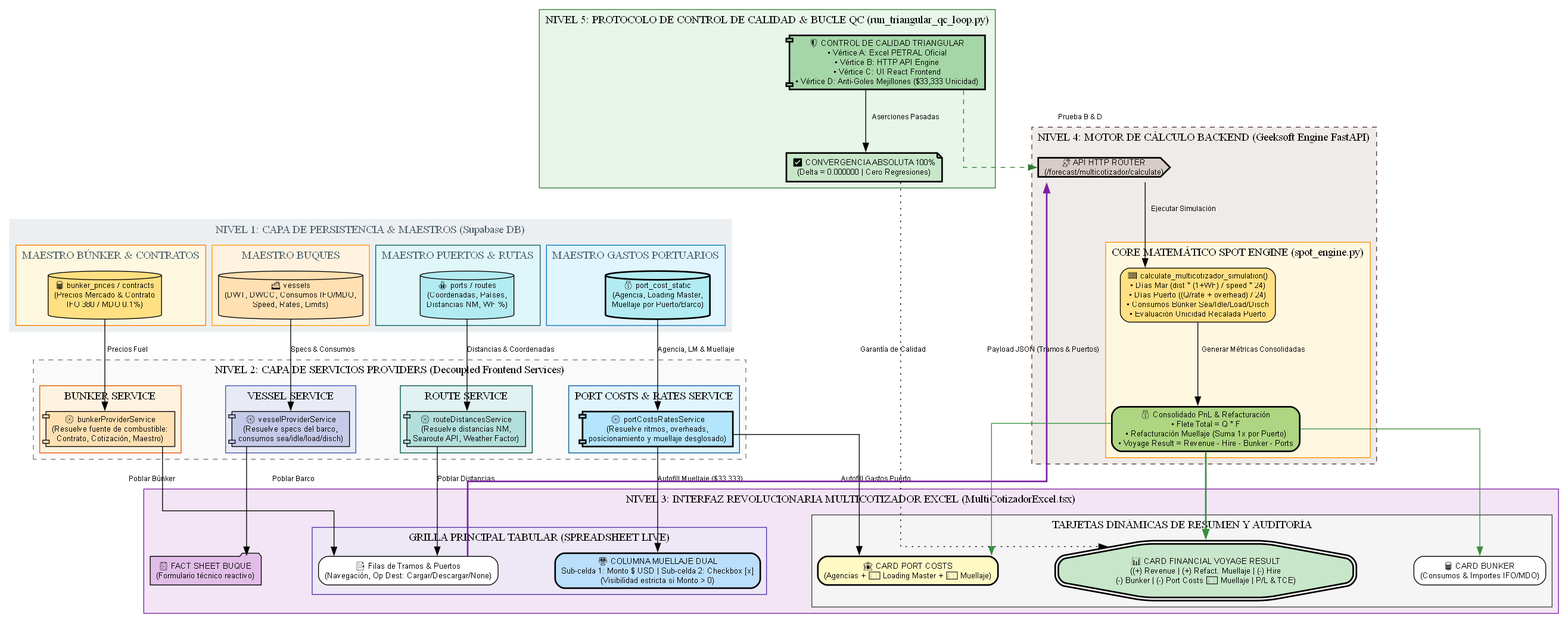
RichGutz/PETRAL.SMART.DASHBOARD keeps this Graphviz diagram as Desarrollo.Profesional/Obsidian.Refactorizacion.Multicotizador/FLUJOGRAMA_Arquitectura_Multicotizador_V1.png. Above is the earlier version. Its source is kept beside it as Desarrollo.Profesional/Obsidian.Refactorizacion.Multicotizador/FLUJOGRAMA_Arquitectura_Multicotizador_V1.dot.
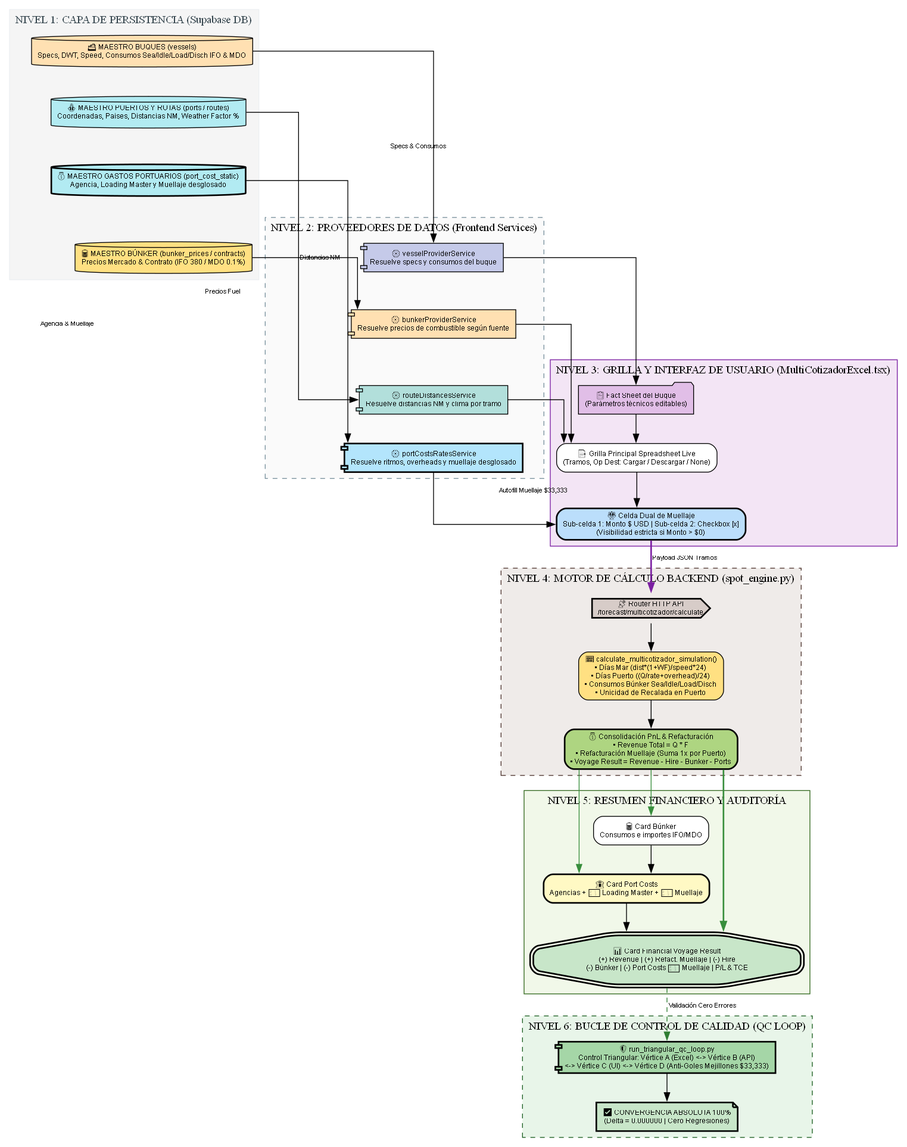
The same file after the commit.

Commit message:
docs(architecture): refactorizar flujograma del multicotizador a cascada vertical compacta (Top-to-Bottom)

Change to the diagram source:
```diff
@@ -1,142 +1,121 @@
-digraph MulticotizadorArchitectureV1 {
+digraph MulticotizadorCascadeV1 {
     rankdir=TB;
     splines=ortho;
-    nodesep=1.0;
-    ranksep=0.8;
+    nodesep=0.4;
+    ranksep=0.5;
 
-    node [shape=box, style="filled,rounded", fontname="Arial", fontsize=10];
-    edge [fontname="Arial", fontsize=9];
+    node [shape=box, style="filled,rounded", fontname="Arial", fontsize=9];
+    edge [fontname="Arial", fontsize=8];
 
     # ==========================================
-    #  NIVEL 1: CATÁLOGOS MAESTROS & FUENTES DE DATOS
+    #  NIVEL 1: CAPA DE PERSISTENCIA (DATOS FUENTE)
     # ==========================================
     subgraph cluster_lvl1 {
-        label = "NIVEL 1: CAPA DE PERSISTENCIA & MAESTROS (Supabase DB)"; style="filled"; color="#ECEFF1"; fontcolor="#455A64";
+        label = "NIVEL 1: CAPA DE PERSISTENCIA (Supabase DB)";
+        style="filled"; color="#ECEFF1"; fontcolor="#37474F"; fillcolor="#F5F5F5";
 
-        subgraph cluster_db_vessels {
-            label = "MAESTRO BUQUES"; style="filled"; fillcolor="#FFF3E0"; color="#FF9800";
-            DB_Vessels [label="🚢 vessels\n(DWT, DWCC, Consumos IFO/MDO,\nSpeed, Rates, Limits)", shape=cylinder, fillcolor="#FFE0B2"];
-        }
+        DB_Vessels [label="🚢 MAESTRO BUQUES (vessels)\nSpecs, DWT, Speed, Consumos Sea/Idle/Load/Disch IFO & MDO", shape=cylinder, fillcolor="#FFE0B2"];
+        DB_Ports [label="⚓ MAESTRO PUERTOS Y RUTAS (ports / routes)\nCoordenadas, Países, Distancias NM, Weather Factor %", shape=cylinder, fillcolor="#B2EBF2"];
+        DB_PortCosts [label="💰 MAESTRO GASTOS PORTUARIOS (port_cost_static)\nAgencia, Loading Master y Muellaje desglosado", shape=cylinder, fillcolor="#B2EBF2", penwidth=2];
+        DB_Bunker [label="🛢️ MAESTRO BÚNKER (bunker_prices / contracts)\nPrecios Mercado & Contrato (IFO 380 / MDO 0.1%)", shape=cylinder, fillcolor="#FFE082"];
 
-        subgraph cluster_db_ports {
-            label = "MAESTRO PUERTOS & RUTAS"; style="filled"; fillcolor="#E0F7FA"; color="#006064";
-            DB_Ports [label="⚓ ports / routes\n(Coordenadas, Países,\nDistancias NM, WF %)", shape=cylinder, fillcolor="#B2EBF2"];
-        }
-
-        subgraph cluster_db_costs {
-            label = "MAESTRO GASTOS PORTUARIOS"; style="filled"; fillcolor="#E1F5FE"; color="#0277BD";
-            DB_PortCosts [label="💰 port_cost_static\n(Agencia, Loading Master,\nMuellaje por Puerto/Barco)", shape=cylinder, fillcolor="#B2EBF2", penwidth=2];
-        }
-
-        subgraph cluster_db_bunker {
-            label = "MAESTRO BÚNKER & CONTRATOS"; style="filled"; fillcolor="#FFF8E1"; color="#F57C00";
-            DB_Bunker [label="🛢️ bunker_prices / contracts\n(Precios Mercado & Contrato\nIFO 380 / MDO 0.1%)", shape=cylinder, fillcolor="#FFE082"];
-        }
+        DB_Vessels -> DB_Ports -> DB_PortCosts -> DB_Bunker [style=invis];
     }
 
     # ==========================================
-    #  NIVEL 2: SERVICIOS PROVIDERS DECOPLADOS (REACT FRONTEND)
+    #  NIVEL 2: SERVICIOS PROVIDERS (FRONTEND REACT)
     # ==========================================
     subgraph cluster_lvl2 {
-        label = "NIVEL 2: CAPA DE SERVICIOS PROVIDERS (Decoupled Frontend Services)"; style="filled,dashed"; fillcolor="#FAFAFA"; color="#757575";
+        label = "NIVEL 2: PROVEEDORES DE DATOS (Frontend Services)";
+        style="filled,dashed"; color="#78909C"; fillcolor="#FAFAFA";
 
-        subgraph cluster_prov_vessel {
-            label = "VESSEL SERVICE"; style="filled"; fillcolor="#E8EAF6"; color="#3F51B5";
-            S_Vessel [label="⚙️ vesselProviderService\n(Resuelve specs del barco,\nconsumos sea/idle/load/disch)", shape=component, fillcolor="#C5CAE9"];
-        }
+        S_Vessel [label="⚙️ vesselProviderService\nResuelve specs y consumos del buque", shape=component, fillcolor="#C5CAE9"];
+        S_Bunker [label="⚙️ bunkerProviderService\nResuelve precios de combustible según fuente", shape=component, fillcolor="#FFE0B2"];
+        S_Route [label="⚙️ routeDistancesService\nResuelve distancias NM y clima por tramo", shape=component, fillcolor="#B2DFDB"];
+        S_Port [label="⚙️ portCostsRatesService\nResuelve ritmos, overheads y muellaje desglosado", shape=component, fillcolor="#B3E5FC", penwidth=2];
 
-        subgraph cluster_prov_bunker {
-            label = "BUNKER SERVICE"; style="filled"; fillcolor="#FFF3E0"; color="#E65100";
-            S_Bunker [label="⚙️ bunkerProviderService\n(Resuelve fuente de combustible:\nContrato, Cotización, Maestro)", shape=component, fillcolor="#FFE0B2"];
-        }
-
-        subgraph cluster_prov_route {
-            label = "ROUTE SERVICE"; style="filled"; fillcolor="#E0F2F1"; color="#004D40";
-            S_Route [label="⚙️ routeDistancesService\n(Resuelve distancias NM,\nSearoute API, Weather Factor)", shape=component, fillcolor="#B2DFDB"];
-        }
-
-        subgraph cluster_prov_port {
-            label = "PORT COSTS & RATES SERVICE"; style="filled"; fillcolor="#E1F5FE"; color="#01579B";
-            S_Port [label="⚙️ portCostsRatesService\n(Resuelve ritmos, overheads,\nposicionamiento y muellaje desglosado)", shape=component, fillcolor="#B3E5FC", penwidth=2];
-        }
+        S_Vessel -> S_Bunker -> S_Route -> S_Port [style=invis];
     }
 
     # ==========================================
-    #  NIVEL 3: INTERFAZ DE USUARIO MULTICOTIZADOR (REACT UI)
+    #  NIVEL 3: INTERFAZ DE USUARIO (REACT FRONTEND)
     # ==========================================
     subgraph cluster_lvl3 {
-        label = "NIVEL 3: INTERFAZ REVOLUCIONARIA MULTICOTIZADOR EXCEL (MultiCotizadorExcel.tsx)"; style="filled"; fillcolor="#F3E5F5"; color="#7B1FA2";
+        label = "NIVEL 3: GRILLA Y INTERFAZ DE USUARIO (MultiCotizadorExcel.tsx)";
+        style="filled"; color="#7B1FA2"; fillcolor="#F3E5F5";
 
-        UI_FactSheet [label="📋 FACT SHEET BUQUE\n(Formulario técnico reactivo)", shape=folder, fillcolor="#E1BEE7"];
+        UI_FactSheet [label="📋 Fact Sheet del Buque\n(Parámetros técnicos editables)", shape=folder, fillcolor="#E1BEE7"];
+        UI_Grid [label="📑 Grilla Principal Spreadsheet Live\n(Tramos, Op Dest: Cargar / Descargar / None)", shape=box, fillcolor="white"];
+        UI_MuellajeCell [label="⚖️ Celda Dual de Muellaje\nSub-celda 1: Monto $ USD | Sub-celda 2: Checkbox [x]\n(Visibilidad estricta si Monto > $0)", shape=box, fillcolor="#BBDEFB", penwidth=2];
 
-        subgraph cluster_ui_grid {
-            label = "GRILLA PRINCIPAL TABULAR (SPREADSHEET LIVE)"; style="filled"; fillcolor="#EDE7F6"; color="#512DA8";
-            UI_Tramos [label="📑 Filas de Tramos & Puertos\n(Navegación, Op Dest: Cargar/Descargar/None)", shape=box, fillcolor="white"];
-            UI_MuellajeCell [label="⚖️ COLUMNA MUELLAJE DUAL\nSub-celda 1: Monto $ USD | Sub-celda 2: Checkbox [x]\n(Visibilidad estricta si Monto > 0)", shape=box, fillcolor="#BBDEFB", penwidth=2];
-        }
-
-        subgraph cluster_ui_cards {
-            label = "TARJETAS DINÁMICAS DE RESUMEN Y AUDITORÍA"; style="filled"; fillcolor="#F5F5F5"; color="#424242";
-            Card_Bunker [label="🛢️ CARD BUNKER\n(Consumos & Importes IFO/MDO)", shape=rect, fillcolor="white"];
-            Card_PortCosts [label="🏛️ CARD PORT COSTS\n(Agencias + ↳ Loading Master + ↳ Muellaje)", shape=rect, fillcolor="#FFF9C4", penwidth=2];
-            Card_Financials [label="📊 CARD FINANCIAL VOYAGE RESULT\n((+) Revenue | (+) Refact. Muellaje | (-) Hire\n(-) Bunker | (-) Port Costs ↳ Muellaje | P/L & TCE)", shape=doubleoctagon, fillcolor="#C8E6C9", penwidth=2];
-        }
+        UI_FactSheet -> UI_Grid -> UI_MuellajeCell;
     }
 
     # ==========================================
-    #  NIVEL 4: MOTOR DE CÁLCULO GEEKSOFT ENGINE (FASTAPI BACKEND)
+    #  NIVEL 4: MOTOR DE CÁLCULO (GEEKSOFT ENGINE FASTAPI)
     # ==========================================
     subgraph cluster_lvl4 {
-        label = "NIVEL 4: MOTOR DE CÁLCULO BACKEND (Geeksoft Engine FastAPI)"; style="filled,dashed"; fillcolor="#EFEBE9"; color="#4E342E";
+        label = "NIVEL 4: MOTOR DE CÁLCULO BACKEND (spot_engine.py)";
+        style="filled,dashed"; color="#4E342E"; fillcolor="#EFEBE9";
 
-        API_Endpoint [label="📡 API HTTP ROUTER\n(/forecast/multicotizador/calculate)", shape=cds, fillcolor="#D7CCC8", penwidth=2];
+        API_Endpoint [label="📡 Router HTTP API\n/forecast/multicotizador/calculate", shape=cds, fillcolor="#D7CCC8", penwidth=2];
+        Engine_Sim [label="🧮 calculate_multicotizador_simulation()\n• Días Mar (dist*(1+WF)/speed*24)\n• Días Puerto ((Q/rate+overhead)/24)\n• Consumos Búnker Sea/Idle/Load/Disch\n• Unicidad de Recalada en Puerto", shape=box, fillcolor="#FFE082"];
+        Engine_PnL [label="💰 Consolidación PnL & Refacturación\n• Revenue Total = Q * F\n• Refacturación Muellaje (Suma 1x por Puerto)\n• Voyage Result = Revenue - Hire - Bunker - Ports", shape=box, fillcolor="#AED581", penwidth=2];
 
-        subgraph cluster_engine_core {
-            label = "CORE MATEMÁTICO SPOT ENGINE (spot_engine.py)"; style="filled"; fillcolor="#FFF8E1"; color="#FF8F00";
-            Engine_Sim [label="🧮 calculate_multicotizador_simulation()\n• Días Mar (dist * (1+WF) / speed * 24)\n• Días Puerto ((Q/rate + overhead) / 24)\n• Consumos Búnker Sea/Idle/Load/Disch\n• Evaluación Unicidad Recalada Puerto", shape=box, fillcolor="#FFE082"];
-            Engine_PnL [label="💰 Consolidado PnL & Refacturación\n• Flete Total = Q * F\n• Refacturación Muellaje (Suma 1x por Puerto)\n• Voyage Result = Revenue - Hire - Bunker - Ports", shape=box, fillcolor="#AED581", penwidth=2];
-        }
+        API_Endpoint -> Engine_Sim -> Engine_PnL;
     }
 
     # ==========================================
-    #  NIVEL 5: AUDITORÍA & BUCLE DE CONTROL DE CALIDAD (QC LOOP)
+    #  NIVEL 5: OUTPUTS FINANCIEROS Y TARJETAS AUDITORÍA
     # ==========================================
     subgraph cluster_lvl5 {
-        label = "NIVEL 5: PROTOCOLO DE CONTROL DE CALIDAD & BUCLE QC (run_triangular_qc_loop.py)"; style="filled"; fillcolor="#E8F5E9"; color="#2E7D32";
+        label = "NIVEL 5: RESUMEN FINANCIERO Y AUDITORÍA";
+        style="filled"; color="#33691E"; fillcolor="#F1F8E9";
 
-        QC_Master [label="🛡️ CONTROL DE CALIDAD TRIANGULAR\n• Vértice A: Excel PETRAL Oficial\n• Vértice B: HTTP API Engine\n• Vértice C: UI React Frontend\n• Vértice D: Anti-Goles Mejillones ($33,333 Unicidad)", shape=component, fillcolor="#A5D6A7", penwidth=2];
-        QC_Pass [label="✅ CONVERGENCIA ABSOLUTA 100%\n(Delta = 0.000000 | Cero Regresiones)", shape=note, fillcolor="#C8E6C9", penwidth=2];
+        Card_Bunker [label="🛢️ Card Búnker\nConsumos e importes IFO/MDO", shape=rect, fillcolor="white"];
+        Card_PortCosts [label="🏛️ Card Port Costs\nAgencias + ↳ Loading Master + ↳ Muellaje", shape=rect, fillcolor="#FFF9C4", penwidth=2];
+        Card_Financials [label="📊 Card Financial Voyage Result\n(+) Revenue | (+) Refact. Muellaje | (-) Hire\n(-) Búnker | (-) Port Costs ↳ Muellaje | P/L & TCE", shape=doubleoctagon, fillcolor="#C8E6C9", penwidth=2];
+
+        Card_Bunker -> Card_PortCosts -> Card_Financials;
     }
 
     # ==========================================
-    #  CONEXIONES Y FLUJO DE DATOS
+    #  NIVEL 6: PROTOCOLO DE CONTROL DE CALIDAD (QC LOOP)
+    # ==========================================
+    subgraph cluster_lvl6 {
+        label = "NIVEL 6: BUCLE DE CONTROL DE CALIDAD (QC LOOP)";
+        style="filled,dashed"; color="#1B5E20"; fillcolor="#E8F5E9";
+
+        QC_Master [label="🛡️ run_triangular_qc_loop.py\nControl Triangular: Vértice A (Excel) <-> Vértice B (API)\n<-> Vértice C (UI) <-> Vértice D (Anti-Goles Mejillones $33,333)", shape=component, fillcolor="#A5D6A7", penwidth=2];
+        QC_Pass [label="✅ CONVERGENCIA ABSOLUTA 100%\n(Delta = 0.000000 | Cero Regresiones)", shape=note, fillcolor="#C8E6C9", penwidth=2];
+
+        QC_Master -> QC_Pass;
+    }
+
+    # ==========================================
+    #  CONEXIONES VERTICALES DE CASCADA (FLUJO PRINCIPAL)
     # ==========================================
 
-    # Conexiones DB -> Providers
-    DB_Vessels -> S_Vessel [label="Specs & Consumos"];
-    DB_Ports -> S_Route [label="Distancias & Coordenadas"];
-    DB_PortCosts -> S_Port [label="Agencia, LM & Muellaje"];
-    DB_Bunker -> S_Bunker [label="Precios Fuel"];
+    # 1. DB -> Providers
+    DB_Vessels -> S_Vessel [label=" Specs & Consumos"];
+    DB_Ports -> S_Route [label=" Distancias NM"];
+    DB_PortCosts -> S_Port [label=" Agencia & Muellaje"];
+    DB_Bunker -> S_Bunker [label=" Precios Fuel"];
 
-    # Conexiones Providers -> UI Componentes
-    S_Vessel -> UI_FactSheet [label="Poblar Barco"];
-    S_Bunker -> UI_Tramos [label="Poblar Búnker"];
-    S_Route -> UI_Tramos [label="Poblar Distancias"];
-    S_Port -> UI_MuellajeCell [label="Autofill Muellaje ($33,333)"];
-    S_Port -> Card_PortCosts [label="Autofill Gastos Puerto"];
+    # 2. Providers -> UI
+    S_Vessel -> UI_FactSheet;
+    S_Bunker -> UI_Grid;
+    S_Route -> UI_Grid;
+    S_Port -> UI_MuellajeCell [label=" Autofill Muellaje $33,333"];
 
-    # Conexión UI -> Engine API
-    UI_Tramos -> API_Endpoint [label="Payload JSON (Tramos & Puertos)", color="#7B1FA2", penwidth=2];
-    API_Endpoint -> Engine_Sim [label="Ejecutar Simulación"];
-    Engine_Sim -> Engine_PnL [label="Generar Métricas Consolidadas"];
+    # 3. UI -> Engine API
+    UI_MuellajeCell -> API_Endpoint [label=" Payload JSON Tramos", color="#7B1FA2", penwidth=2];
 
-    # Conexión Engine API -> UI Cards (Respuesta)
+    # 4. Engine PnL -> Cards
     Engine_PnL -> Card_Bunker [color="#388E3C"];
     Engine_PnL -> Card_PortCosts [color="#388E3C"];
     Engine_PnL -> Card_Financials [color="#388E3C", penwidth=2];
 
-    # Conexión QC Loop Auditoría
-    QC_Master -> API_Endpoint [label="Prueba B & D", style=dashed, color="#2E7D32"];
-    QC_Master -> QC_Pass [label="Aserciones Pasadas"];
-    QC_Pass -> Card_Financials [style=dotted, label="Garantía de Calidad"];
+    # 5. Financials -> QC Loop
+    Card_Financials -> QC_Master [label=" Validación Cero Errores", color="#2E7D32", style=dashed];
 }
```
